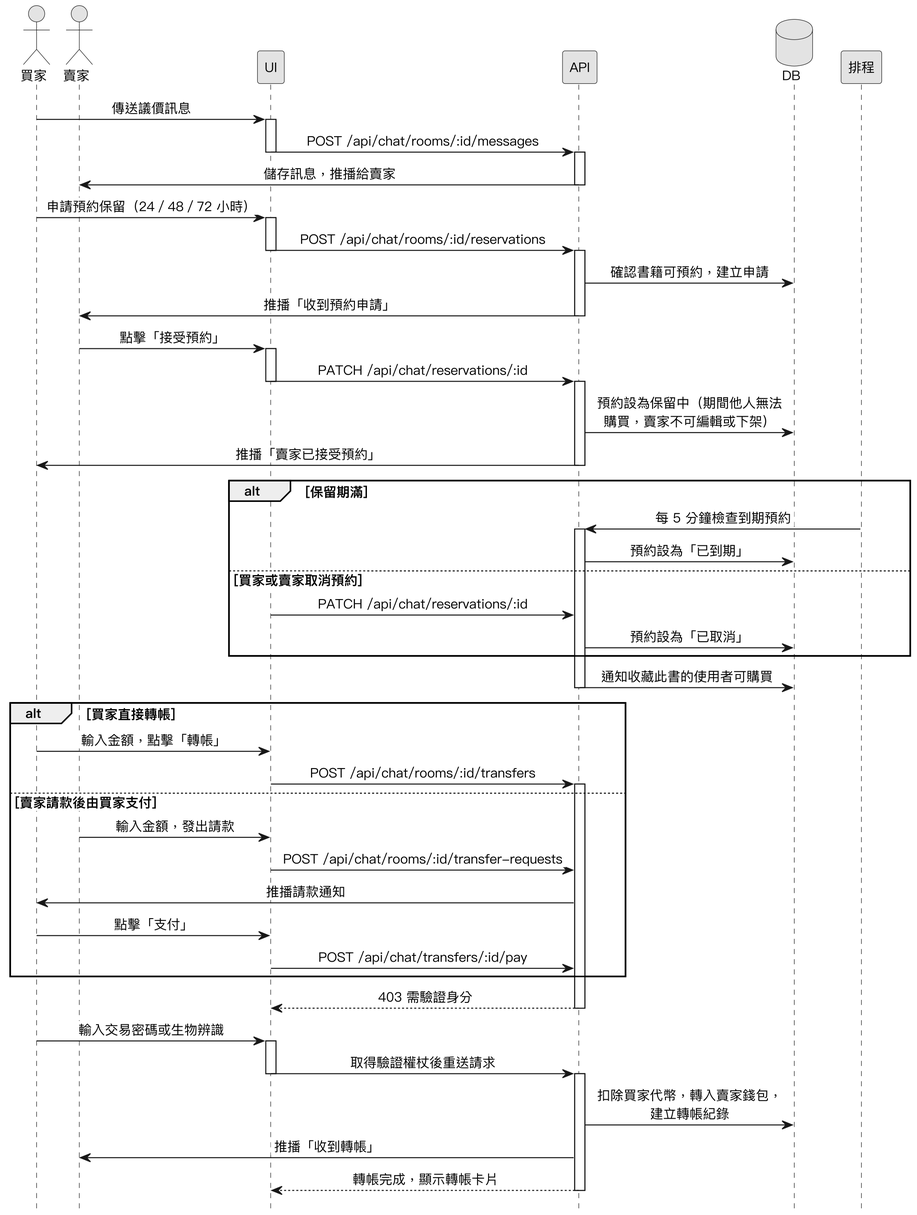
SaveMyBook/SaveMyBook keeps this PlantUML diagram as Diagrams/Sequence Diagrams/v3/seq_chat_transfer.png. Above is the earlier version.
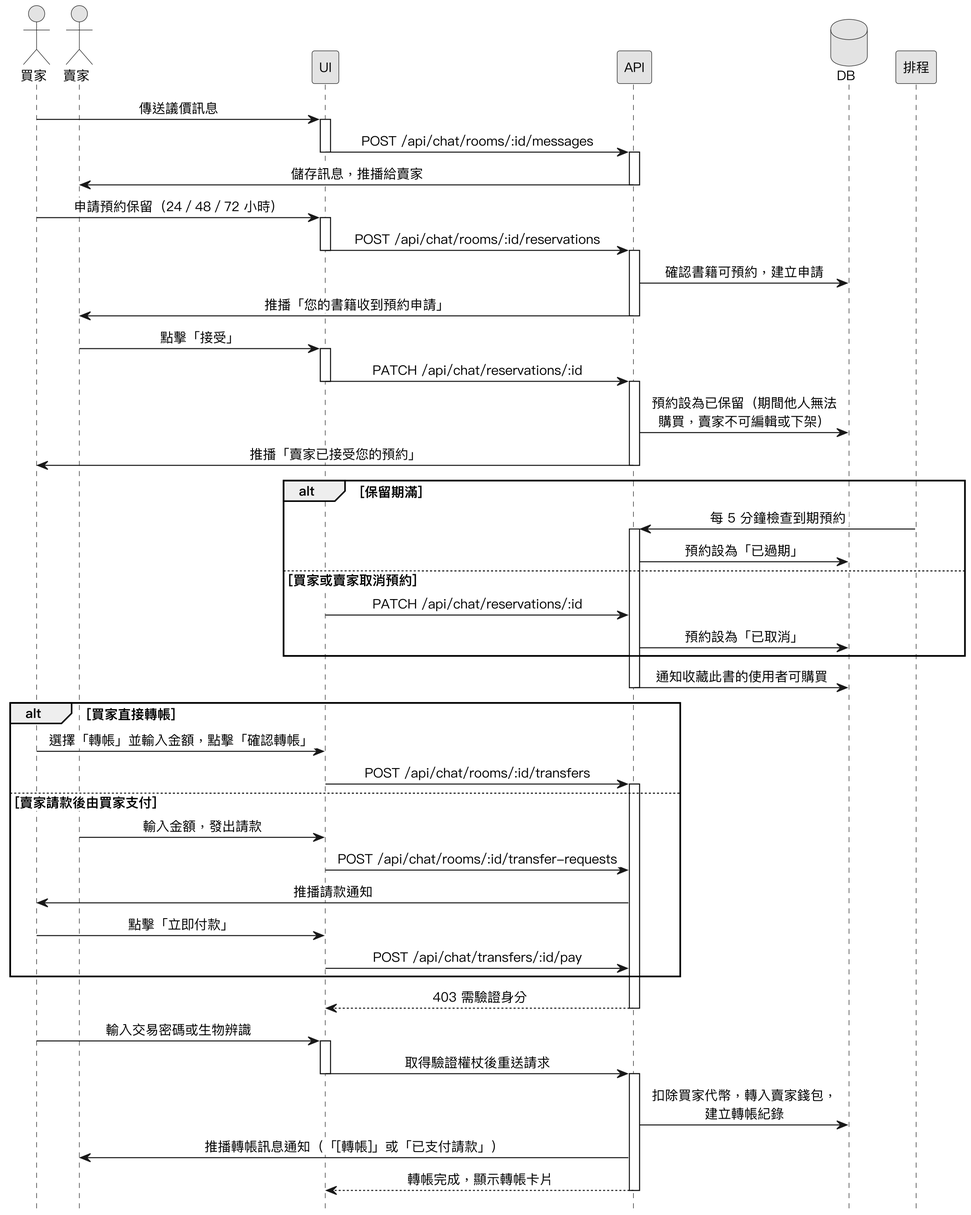
After the change.

Change to the diagram source:
```diff
@@ -29,22 +29,22 @@
 deactivate UI
 activate API
 API -> DB : 確認書籍可預約，建立申請
-API -> 賣家 : 推播「收到預約申請」
+API -> 賣家 : 推播「您的書籍收到預約申請」
 deactivate API
 
-賣家 -> UI : 點擊「接受預約」
+賣家 -> UI : 點擊「接受」
 activate UI
 UI -> API : PATCH /api/chat/reservations/:id
 deactivate UI
 activate API
-API -> DB : 預約設為保留中（期間他人無法\n購買，賣家不可編輯或下架）
-API -> 買家 : 推播「賣家已接受預約」
+API -> DB : 預約設為已保留（期間他人無法\n購買，賣家不可編輯或下架）
+API -> 買家 : 推播「賣家已接受您的預約」
 deactivate API
 
 alt 保留期滿
   排程 -> API : 每 5 分鐘檢查到期預約
   activate API
-  API -> DB : 預約設為「已到期」
+  API -> DB : 預約設為「已過期」
 else 買家或賣家取消預約
   UI -> API : PATCH /api/chat/reservations/:id
   API -> DB : 預約設為「已取消」
@@ -53,14 +53,14 @@
 deactivate API
 
 alt 買家直接轉帳
-  買家 -> UI : 輸入金額，點擊「轉帳」
+  買家 -> UI : 選擇「轉帳」並輸入金額，點擊「確認轉帳」
   UI -> API : POST /api/chat/rooms/:id/transfers
   activate API
 else 賣家請款後由買家支付
   賣家 -> UI : 輸入金額，發出請款
   UI -> API : POST /api/chat/rooms/:id/transfer-requests
   API -> 買家 : 推播請款通知
-  買家 -> UI : 點擊「支付」
+  買家 -> UI : 點擊「立即付款」
   UI -> API : POST /api/chat/transfers/:id/pay
 end
 API --> UI : 403 需驗證身分
@@ -71,7 +71,7 @@
 deactivate UI
 activate API
 API -> DB : 扣除買家代幣，轉入賣家錢包，\n建立轉帳紀錄
-API -> 賣家 : 推播「收到轉帳」
+API -> 賣家 : 推播轉帳訊息通知（「[轉帳]」或「已支付請款」）
 API --> UI : 轉帳完成，顯示轉帳卡片
 deactivate API
 @enduml
```
